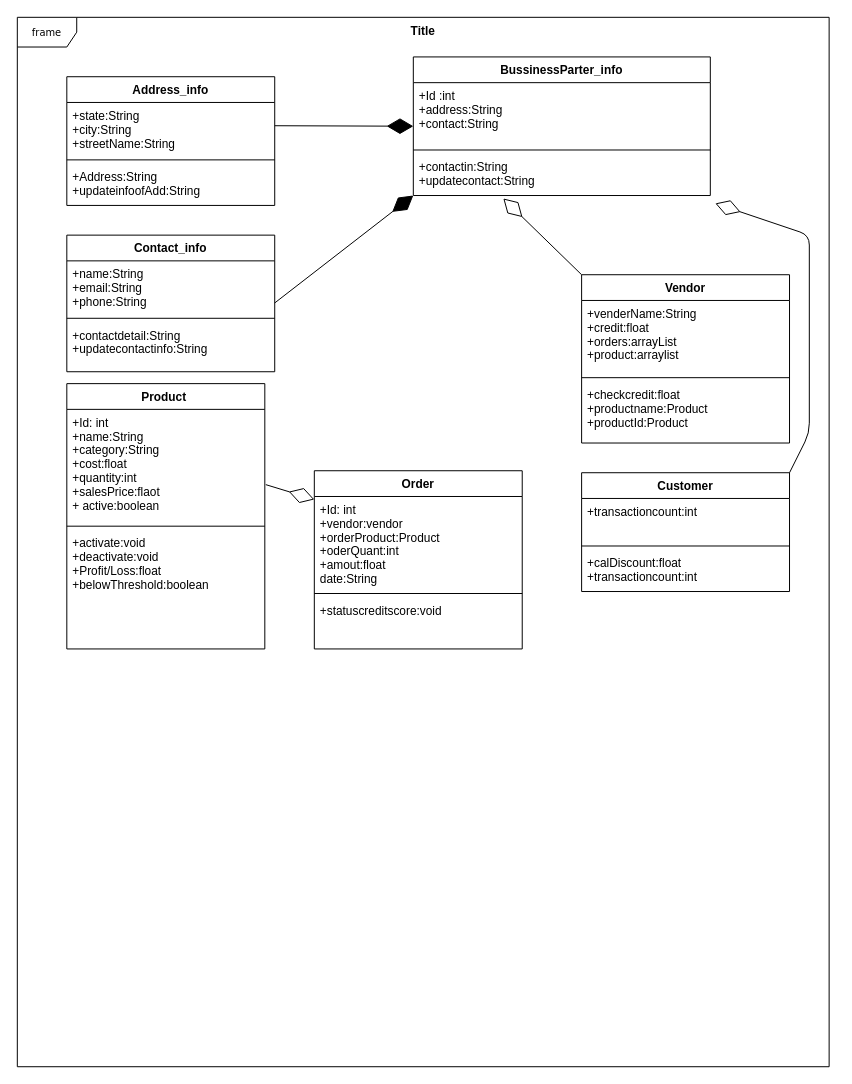
This is Untitled Diagram.drawio from bhiogade/new-one, a draw.io file, before an edit. Source tidied: cells renumbered, new cells numbered last; positions are measured from the earlier drawing's top-left corner, leaving out a move shared by most shapes. Both pictures are drawn from the tidied source at 99%, with x=0, y=0 at pixel (17, 17).
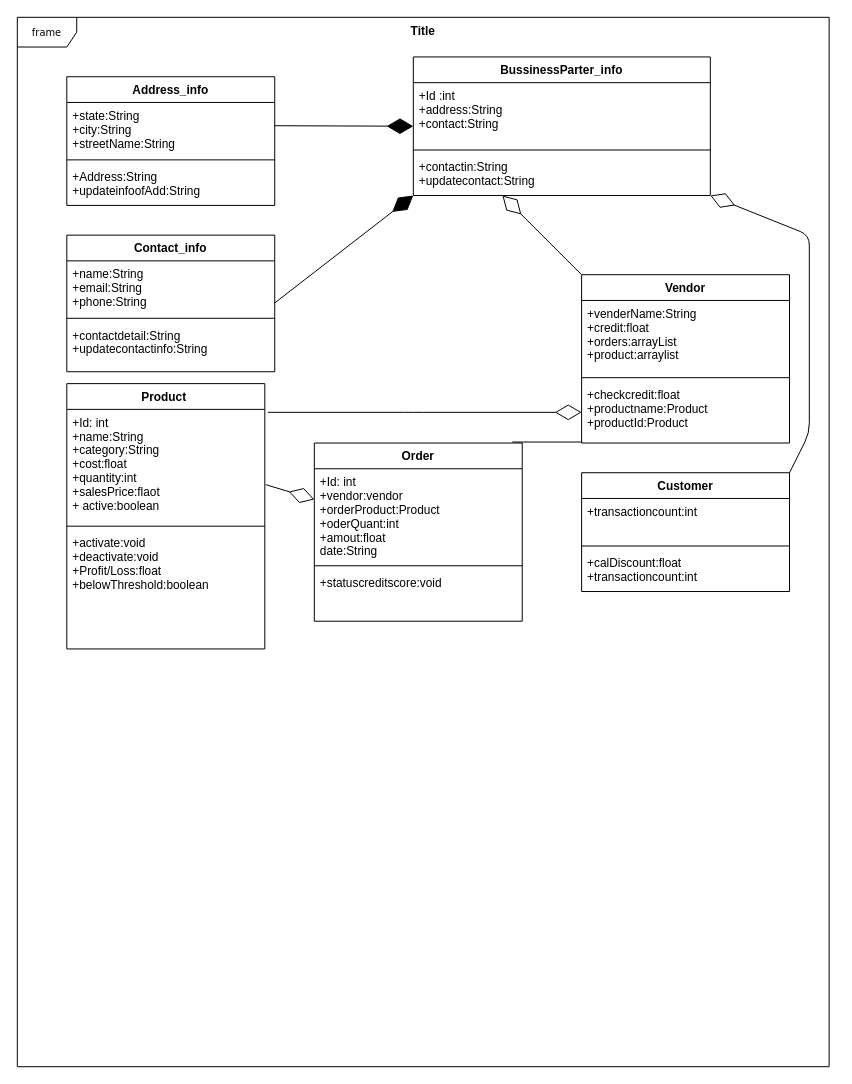
Above is the later version.

Unchanged cells that the change refers to:
```xml
<mxCell id="11" value="Vendor" style="swimlane;fontStyle=1;align=center;verticalAlign=top;horizontal=1;startSize=26;fillColor=none;gradientColor=none;" parent="1" vertex="1">
  <mxGeometry x="570" y="260" width="210" height="170" as="geometry" />
</mxCell>
<mxCell id="14" value="+checkcredit:float&#10;+productname:Product&#10;+productId:Product" style="text;strokeColor=none;fillColor=none;align=left;verticalAlign=top;spacingLeft=4;spacingRight=4;overflow=hidden;points=[[0,0.5],[1,0.5]];portConstraint=eastwest;" parent="11" vertex="1">
  <mxGeometry y="108" width="210" height="62" as="geometry" />
</mxCell>
<mxCell id="15" value="Customer" style="swimlane;fontStyle=1;align=center;verticalAlign=top;horizontal=1;startSize=26;fillColor=none;gradientColor=none;" parent="1" vertex="1">
  <mxGeometry x="570" y="460" width="210" height="120" as="geometry" />
</mxCell>
<mxCell id="30" value="+contactin:String&#10;+updatecontact:String" style="text;strokeColor=none;fillColor=none;align=left;verticalAlign=top;spacingLeft=4;spacingRight=4;overflow=hidden;points=[[0,0.5],[1,0.5]];portConstraint=eastwest;" parent="27" vertex="1">
  <mxGeometry y="98" width="300" height="42" as="geometry" />
</mxCell>
```

Change to the diagram source:
```diff
@@
     <mxCell id="7" value="Order" style="swimlane;fontStyle=1;align=center;verticalAlign=top;horizontal=1;startSize=26;fillColor=none;gradientColor=none;" parent="1" vertex="1">
-      <mxGeometry x="300" y="458" width="210" height="180" as="geometry" />
+      <mxGeometry x="300" y="430" width="210" height="180" as="geometry" />
     </mxCell>
@@
-    <mxCell id="34" style="endArrow=diamondThin;endFill=0;endSize=24;html=1;exitX=0;exitY=0;exitDx=0;exitDy=0;entryX=0.303;entryY=1.071;entryDx=0;entryDy=0;entryPerimeter=0;" parent="1" edge="1" source="11" target="30">
-      <mxGeometry relative="1" as="geometry" />
+    <mxCell id="34" style="endArrow=diamondThin;endFill=0;endSize=24;html=1;exitX=0;exitY=0;exitDx=0;exitDy=0;" parent="1" edge="1" source="11">
+      <mxGeometry relative="1" as="geometry">
+        <mxPoint x="490" y="180" as="targetPoint" />
+      </mxGeometry>
     </mxCell>
-    <mxCell id="35" style="endArrow=diamondThin;endFill=0;endSize=24;html=1;entryX=1.017;entryY=1.19;entryDx=0;entryDy=0;entryPerimeter=0;exitX=1;exitY=0;exitDx=0;exitDy=0;" parent="1" edge="1" source="15" target="30">
+    <mxCell id="35" style="endArrow=diamondThin;endFill=0;endSize=24;html=1;exitX=1;exitY=0;exitDx=0;exitDy=0;" parent="1" edge="1" source="15">
       <mxGeometry relative="1" as="geometry">
+        <mxPoint x="700" y="180" as="targetPoint" />
         <Array as="points">
           <mxPoint x="800" y="420" />
           <mxPoint x="800" y="220" />
         </Array>
       </mxGeometry>
     </mxCell>
@@
+    <mxCell id="37" style="endArrow=diamondThin;endFill=0;endSize=24;html=1;entryX=0;entryY=0.5;entryDx=0;entryDy=0;" parent="1" edge="1" target="14">
+      <mxGeometry relative="1" as="geometry">
+        <mxPoint x="253" y="399" as="sourcePoint" />
+        <Array as="points">
+          <mxPoint x="400" y="399" />
+        </Array>
+      </mxGeometry>
+    </mxCell>
+    <mxCell id="38" style="line;strokeWidth=1;fillColor=none;align=left;verticalAlign=middle;spacingTop=-1;spacingLeft=3;spacingRight=3;labelPosition=right;" parent="1" vertex="1">
+      <mxGeometry x="500" y="410" width="70" height="38" as="geometry" />
+    </mxCell>
```
